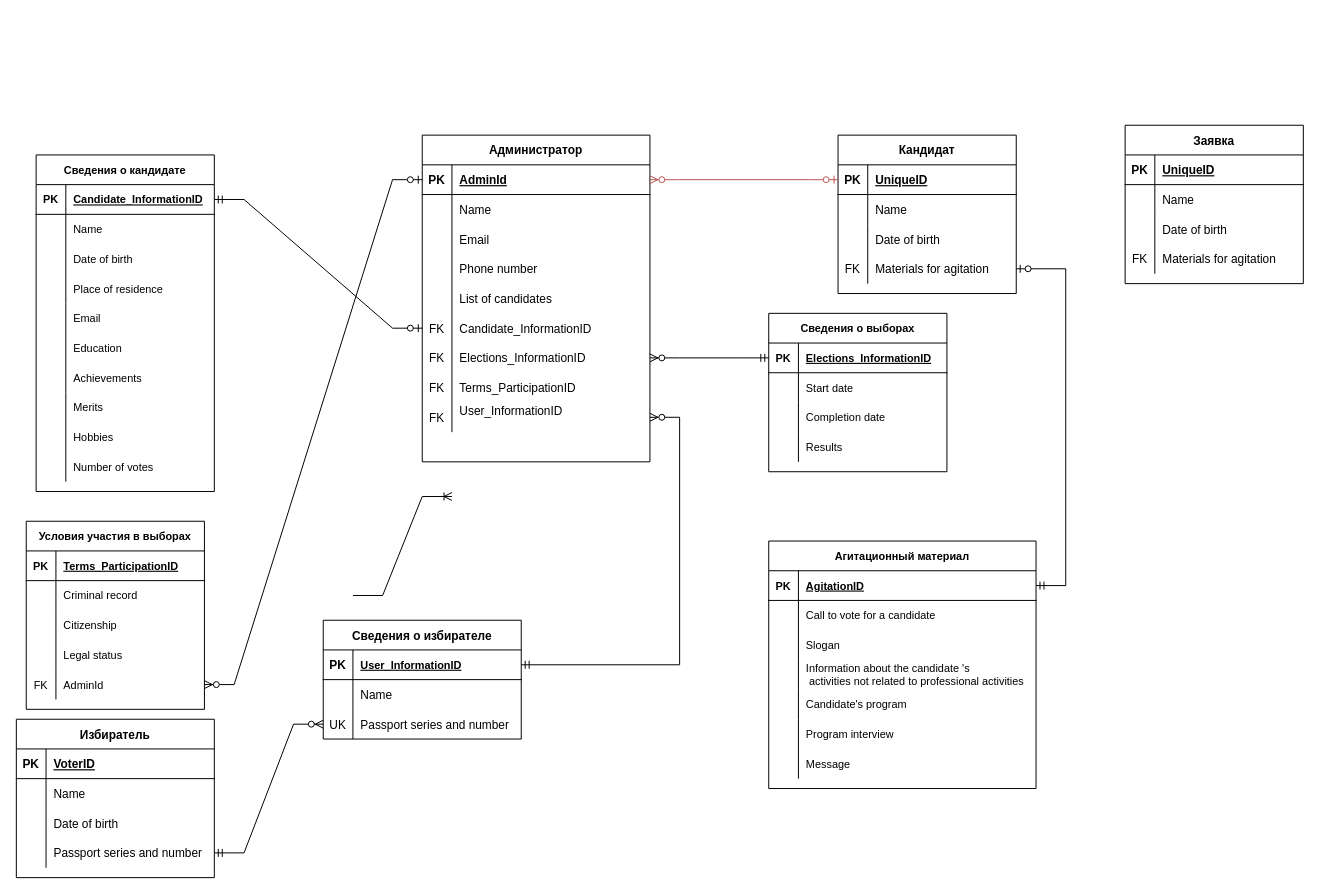
This is ER Diagram.drawio from aleksey899/Inter.MixAN, a draw.io file, before an edit. Source tidied: cells renumbered, new cells numbered last; positions are measured from the earlier drawing's top-left corner, leaving out a move shared by most shapes. Both pictures are drawn from the tidied source at 99%, with x=0, y=0 at pixel (16, 125).
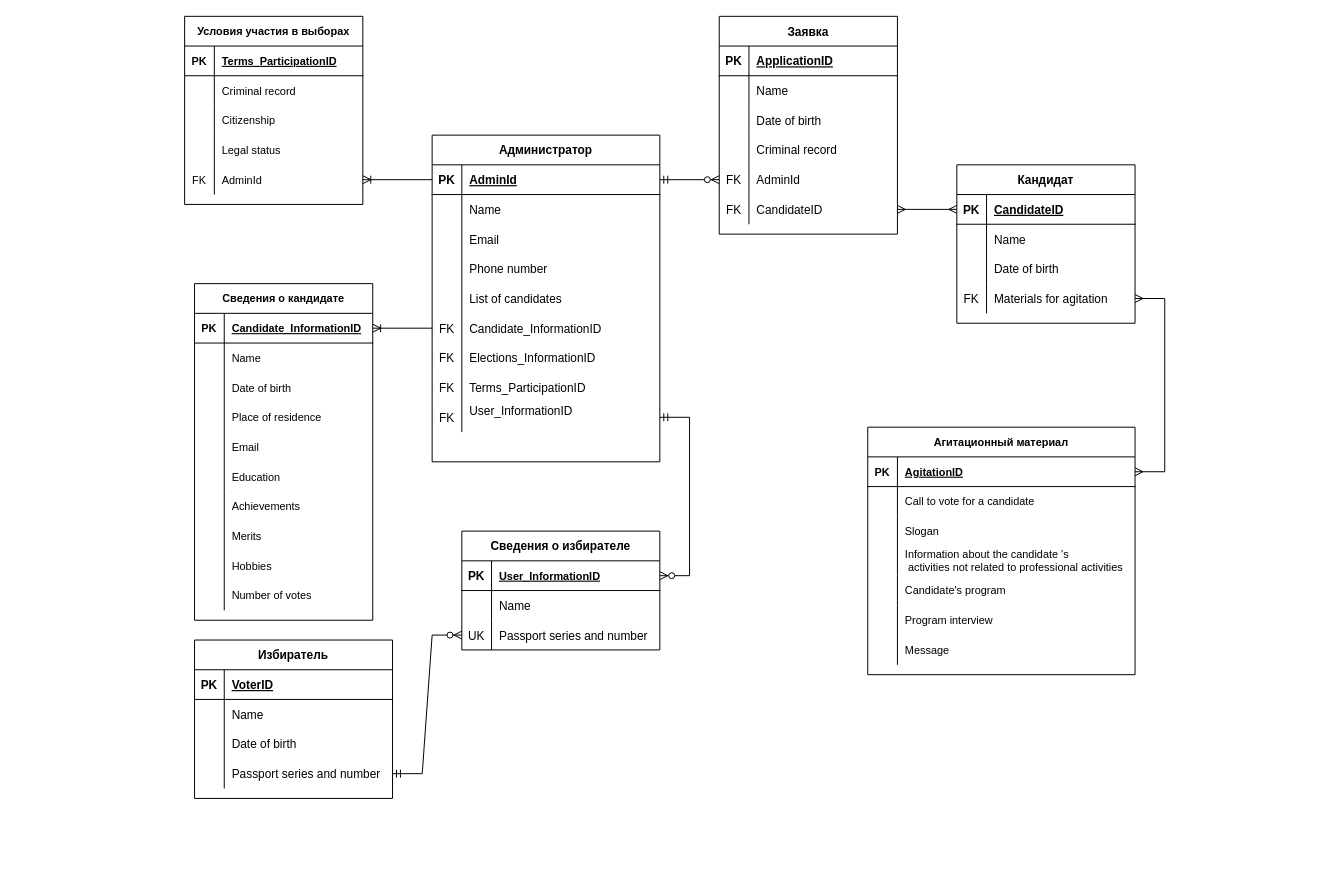
After the change.

Unchanged cells that the change refers to:
```xml
<mxCell id="3" style="shape=partialRectangle;fillColor=none;top=0;left=0;bottom=1;right=0;points=[[0,0.5],[1,0.5]];portConstraint=eastwest;" parent="2" vertex="1">
  <mxGeometry y="30" width="200" height="30" as="geometry" />
</mxCell>
<mxCell id="13" style="shape=partialRectangle;fillColor=none;top=0;left=0;bottom=1;right=0;points=[[0,0.5],[1,0.5]];portConstraint=eastwest;shadow=0;sketch=0;fontSize=11;strokeWidth=1;" parent="12" vertex="1">
  <mxGeometry y="30" width="180" height="30" as="geometry" />
</mxCell>
<mxCell id="56" style="shape=partialRectangle;fillColor=none;top=0;left=0;bottom=0;right=0;points=[[0,0.5],[1,0.5]];portConstraint=eastwest;shadow=0;sketch=0;fontSize=11;strokeWidth=1;" parent="43" vertex="1">
  <mxGeometry y="150" width="180" height="30" as="geometry" />
</mxCell>
<mxCell id="73" style="shape=partialRectangle;fillColor=none;top=0;left=0;bottom=1;right=0;points=[[0,0.5],[1,0.5]];portConstraint=eastwest;shadow=0;sketch=0;fontSize=11;strokeWidth=1;" parent="72" vertex="1">
  <mxGeometry y="30" width="270" height="30" as="geometry" />
</mxCell>
<mxCell id="95" style="shape=partialRectangle;fillColor=none;top=0;left=0;bottom=1;right=0;points=[[0,0.5],[1,0.5]];portConstraint=eastwest;" parent="94" vertex="1">
  <mxGeometry y="30" width="180" height="30" as="geometry" />
</mxCell>
<mxCell id="104" style="shape=partialRectangle;fillColor=none;top=0;left=0;bottom=0;right=0;points=[[0,0.5],[1,0.5]];portConstraint=eastwest;" parent="94" vertex="1">
  <mxGeometry y="120" width="180" height="30" as="geometry" />
</mxCell>
<mxCell id="121" style="shape=partialRectangle;fillColor=none;top=0;left=0;bottom=1;right=0;points=[[0,0.5],[1,0.5]];portConstraint=eastwest;" parent="120" vertex="1">
  <mxGeometry y="30" width="230" height="30" as="geometry" />
</mxCell>
<mxCell id="136" style="shape=partialRectangle;fillColor=none;top=0;left=0;bottom=0;right=0;points=[[0,0.5],[1,0.5]];portConstraint=eastwest;" parent="120" vertex="1">
  <mxGeometry y="180" width="230" height="30" as="geometry" />
</mxCell>
<mxCell id="139" style="shape=partialRectangle;fillColor=none;top=0;left=0;bottom=0;right=0;points=[[0,0.5],[1,0.5]];portConstraint=eastwest;" parent="120" vertex="1">
  <mxGeometry y="210" width="230" height="30" as="geometry" />
</mxCell>
<mxCell id="146" style="shape=partialRectangle;fillColor=none;top=0;left=0;bottom=0;right=0;points=[[0,0.5],[1,0.5]];portConstraint=eastwest;" parent="120" vertex="1">
  <mxGeometry y="270" width="230" height="30" as="geometry" />
</mxCell>
<mxCell id="158" style="shape=partialRectangle;fillColor=none;top=0;left=0;bottom=1;right=0;" parent="157" vertex="1">
  <mxGeometry y="30" width="180" height="30" as="geometry" />
</mxCell>
<mxCell id="167" style="shape=partialRectangle;fillColor=none;top=0;left=0;bottom=0;right=0;" parent="157" vertex="1">
  <mxGeometry y="120" width="180" height="30" as="geometry" />
</mxCell>
```

Diff of the diagram source:
```diff
@@
     <mxCell id="2" value="Сведения о избирателе" style="shape=table;startSize=30;childLayout=tableLayout;rowLines=0;fontStyle=1;align=center;" parent="1" vertex="1">
-      <mxGeometry x="310" y="500" width="200" height="120" as="geometry" />
+      <mxGeometry x="450" y="410" width="200" height="120" as="geometry" />
     </mxCell>
@@
     <mxCell id="12" value="Сведения о кандидате" style="shape=table;startSize=30;childLayout=tableLayout;rowLines=0;fontStyle=1;align=center;shadow=0;sketch=0;fontSize=11;strokeWidth=1;" parent="1" vertex="1">
-      <mxGeometry x="20" y="30" width="180" height="340" as="geometry" />
+      <mxGeometry x="180" y="160" width="180" height="340" as="geometry" />
     </mxCell>
@@
     <mxCell id="43" value="Условия участия в выборах" style="shape=table;startSize=30;childLayout=tableLayout;rowLines=0;fontStyle=1;align=center;shadow=0;sketch=0;fontSize=11;strokeWidth=1;" parent="1" vertex="1">
-      <mxGeometry x="10" y="400" width="180" height="190" as="geometry" />
+      <mxGeometry x="170" y="-110" width="180" height="190" as="geometry" />
     </mxCell>
@@
-    <mxCell id="59" value="Сведения о выборах" style="shape=table;startSize=30;childLayout=tableLayout;rowLines=0;fontStyle=1;align=center;shadow=0;sketch=0;fontSize=11;strokeWidth=1;" parent="1" vertex="1">
-      <mxGeometry x="760" y="190" width="180" height="160" as="geometry" />
-    </mxCell>
-    <mxCell id="60" style="shape=partialRectangle;fillColor=none;top=0;left=0;bottom=1;right=0;points=[[0,0.5],[1,0.5]];portConstraint=eastwest;shadow=0;sketch=0;fontSize=11;strokeWidth=1;" parent="59" vertex="1">
-      <mxGeometry y="30" width="180" height="30" as="geometry" />
-    </mxCell>
-    <mxCell id="61" value="PK" style="shape=partialRectangle;fillColor=none;top=0;left=0;bottom=0;right=0;fontStyle=1;overflow=hidden;shadow=0;sketch=0;fontSize=11;strokeWidth=1;" parent="60" vertex="1">
-      <mxGeometry width="30" height="30" as="geometry" />
-    </mxCell>
-    <mxCell id="62" value="Elections_InformationID" style="shape=partialRectangle;fillColor=none;top=0;left=0;bottom=0;right=0;align=left;spacingLeft=6;fontStyle=5;overflow=hidden;shadow=0;sketch=0;fontSize=11;strokeWidth=1;" parent="60" vertex="1">
-      <mxGeometry x="30" width="150" height="30" as="geometry" />
-    </mxCell>
-    <mxCell id="63" style="shape=partialRectangle;fillColor=none;top=0;left=0;bottom=0;right=0;shadow=0;sketch=0;fontSize=11;strokeWidth=1;" parent="59" vertex="1">
-      <mxGeometry y="60" width="180" height="30" as="geometry" />
-    </mxCell>
-    <mxCell id="64" style="shape=partialRectangle;fillColor=none;top=0;left=0;bottom=0;right=0;overflow=hidden;shadow=0;sketch=0;fontSize=11;strokeWidth=1;" parent="63" vertex="1">
-      <mxGeometry width="30" height="30" as="geometry" />
-    </mxCell>
-    <mxCell id="65" value="Start date" style="shape=partialRectangle;fillColor=none;top=0;left=0;bottom=0;right=0;align=left;spacingLeft=6;overflow=hidden;shadow=0;sketch=0;fontSize=11;strokeWidth=1;" parent="63" vertex="1">
-      <mxGeometry x="30" width="150" height="30" as="geometry" />
-    </mxCell>
-    <mxCell id="66" style="shape=partialRectangle;fillColor=none;top=0;left=0;bottom=0;right=0;shadow=0;sketch=0;fontSize=11;strokeWidth=1;" parent="59" vertex="1">
-      <mxGeometry y="90" width="180" height="30" as="geometry" />
-    </mxCell>
-    <mxCell id="67" style="shape=partialRectangle;fillColor=none;top=0;left=0;bottom=0;right=0;overflow=hidden;shadow=0;sketch=0;fontSize=11;strokeWidth=1;" parent="66" vertex="1">
-      <mxGeometry width="30" height="30" as="geometry" />
-    </mxCell>
-    <mxCell id="68" value="Completion date" style="shape=partialRectangle;fillColor=none;top=0;left=0;bottom=0;right=0;align=left;spacingLeft=6;overflow=hidden;shadow=0;sketch=0;fontSize=11;strokeWidth=1;" parent="66" vertex="1">
-      <mxGeometry x="30" width="150" height="30" as="geometry" />
-    </mxCell>
-    <mxCell id="69" style="shape=partialRectangle;fillColor=none;top=0;left=0;bottom=0;right=0;shadow=0;sketch=0;fontSize=11;strokeWidth=1;" parent="59" vertex="1">
-      <mxGeometry y="120" width="180" height="30" as="geometry" />
-    </mxCell>
-    <mxCell id="70" style="shape=partialRectangle;fillColor=none;top=0;left=0;bottom=0;right=0;overflow=hidden;shadow=0;sketch=0;fontSize=11;strokeWidth=1;" parent="69" vertex="1">
-      <mxGeometry width="30" height="30" as="geometry" />
-    </mxCell>
-    <mxCell id="71" value="Results" style="shape=partialRectangle;fillColor=none;top=0;left=0;bottom=0;right=0;align=left;spacingLeft=6;overflow=hidden;shadow=0;sketch=0;fontSize=11;strokeWidth=1;" parent="69" vertex="1">
-      <mxGeometry x="30" width="150" height="30" as="geometry" />
-    </mxCell>
     <mxCell id="72" value="Агитационный материал" style="shape=table;startSize=30;childLayout=tableLayout;rowLines=0;fontStyle=1;align=center;shadow=0;sketch=0;fontSize=11;strokeWidth=1;" parent="1" vertex="1">
-      <mxGeometry x="760" y="420" width="270" height="250" as="geometry" />
+      <mxGeometry x="860" y="305" width="270" height="250" as="geometry" />
     </mxCell>
@@
     <mxCell id="94" value="Кандидат" style="shape=table;startSize=30;childLayout=tableLayout;rowLines=0;fontStyle=1;align=center;" parent="1" vertex="1">
-      <mxGeometry x="830" y="10" width="180" height="160" as="geometry" />
+      <mxGeometry x="950" y="40" width="180" height="160" as="geometry" />
     </mxCell>
@@
-    <mxCell id="97" value="UniqueID" style="shape=partialRectangle;fillColor=none;top=0;left=0;bottom=0;right=0;align=left;spacingLeft=6;fontStyle=5;overflow=hidden;" parent="95" vertex="1">
+    <mxCell id="97" value="CandidateID" style="shape=partialRectangle;fillColor=none;top=0;left=0;bottom=0;right=0;align=left;spacingLeft=6;fontStyle=5;overflow=hidden;" parent="95" vertex="1">
       <mxGeometry x="30" width="150" height="30" as="geometry" />
     </mxCell>
@@
     <mxCell id="107" value="Избиратель" style="shape=table;startSize=30;childLayout=tableLayout;rowLines=0;fontStyle=1;align=center;" parent="1" vertex="1">
-      <mxGeometry y="600" width="200" height="160" as="geometry" />
+      <mxGeometry x="180" y="520" width="200" height="160" as="geometry" />
     </mxCell>
@@
     <mxCell id="120" value="Администратор" style="shape=table;startSize=30;childLayout=tableLayout;rowLines=0;fontStyle=1;align=center;" parent="1" vertex="1">
-      <mxGeometry x="410" y="10" width="230" height="330" as="geometry" />
+      <mxGeometry x="420" y="10" width="230" height="330" as="geometry" />
     </mxCell>
@@
-    <mxCell id="150" style="edgeStyle=entityRelationEdgeStyle;fontSize=12;html=1;endArrow=ERzeroToOne;startArrow=ERmandOne;rounded=0;" parent="1" edge="1" source="73" target="104">
-      <mxGeometry relative="1" as="geometry" />
-    </mxCell>
-    <mxCell id="151" style="edgeStyle=entityRelationEdgeStyle;fontSize=12;html=1;endArrow=ERzeroToOne;startArrow=ERmandOne;rounded=0;" parent="1" edge="1" source="13" target="136">
-      <mxGeometry relative="1" as="geometry" />
-    </mxCell>
-    <mxCell id="152" style="edgeStyle=entityRelationEdgeStyle;fontSize=12;html=1;endArrow=ERzeroToMany;startArrow=ERzeroToOne;rounded=0;fillColor=#f8cecc;strokeColor=#b85450;" parent="1" edge="1" source="95" target="121">
-      <mxGeometry relative="1" as="geometry" />
-    </mxCell>
-    <mxCell id="153" style="edgeStyle=entityRelationEdgeStyle;fontSize=12;html=1;endArrow=ERzeroToMany;startArrow=ERmandOne;rounded=0;exitX=0;exitY=0.5;exitDx=0;exitDy=0;entryX=1;entryY=0.5;entryDx=0;entryDy=0;" parent="1" edge="1" source="60" target="139">
-      <mxGeometry relative="1" as="geometry" />
-    </mxCell>
-    <mxCell id="154" style="edgeStyle=entityRelationEdgeStyle;fontSize=12;html=1;endArrow=ERzeroToMany;startArrow=ERmandOne;rounded=0;" parent="1" edge="1" source="3" target="146">
-      <mxGeometry relative="1" as="geometry" />
-    </mxCell>
-    <mxCell id="155" style="edgeStyle=entityRelationEdgeStyle;fontSize=12;html=1;endArrow=ERoneToMany;rounded=0;" parent="1" edge="1">
-      <mxGeometry relative="1" as="geometry">
-        <mxPoint x="340" y="475" as="sourcePoint" />
-        <mxPoint x="440" y="375" as="targetPoint" />
-      </mxGeometry>
-    </mxCell>
-    <mxCell id="156" style="edgeStyle=entityRelationEdgeStyle;fontSize=12;html=1;endArrow=ERzeroToMany;startArrow=ERzeroToOne;rounded=0;exitX=0;exitY=0.5;exitDx=0;exitDy=0;entryX=1;entryY=0.5;entryDx=0;entryDy=0;" parent="1" edge="1" source="121" target="56">
-      <mxGeometry relative="1" as="geometry" />
-    </mxCell>
     <mxCell id="157" value="Заявка" style="shape=table;startSize=30;childLayout=tableLayout;rowLines=0;fontStyle=1;align=center;" parent="1" vertex="1">
-      <mxGeometry x="1120" width="180" height="160" as="geometry" />
+      <mxGeometry x="710" y="-110" width="180" height="220" as="geometry" />
     </mxCell>
@@
-    <mxCell id="160" value="UniqueID" style="shape=partialRectangle;fillColor=none;top=0;left=0;bottom=0;right=0;align=left;spacingLeft=6;fontStyle=5;overflow=hidden;" parent="158" vertex="1">
+    <mxCell id="160" value="ApplicationID" style="shape=partialRectangle;fillColor=none;top=0;left=0;bottom=0;right=0;align=left;spacingLeft=6;fontStyle=5;overflow=hidden;" parent="158" vertex="1">
       <mxGeometry x="30" width="150" height="30" as="geometry" />
     </mxCell>
@@
-    <mxCell id="168" value="FK" style="shape=partialRectangle;fillColor=none;top=0;left=0;bottom=0;right=0;overflow=hidden;" parent="167" vertex="1">
-      <mxGeometry width="30" height="30" as="geometry" />
-    </mxCell>
-    <mxCell id="169" value="Materials for agitation" style="shape=partialRectangle;fillColor=none;top=0;left=0;bottom=0;right=0;align=left;spacingLeft=6;overflow=hidden;" parent="167" vertex="1">
-      <mxGeometry x="30" width="150" height="30" as="geometry" />
-    </mxCell>
+    <mxCell id="170" style="shape=partialRectangle;fillColor=none;top=0;left=0;bottom=0;right=0;overflow=hidden;" parent="167" vertex="1">
+      <mxGeometry width="30" height="30" as="geometry" />
+    </mxCell>
+    <mxCell id="171" value="Criminal record" style="shape=partialRectangle;fillColor=none;top=0;left=0;bottom=0;right=0;align=left;spacingLeft=6;overflow=hidden;" parent="167" vertex="1">
+      <mxGeometry x="30" width="150" height="30" as="geometry" />
+    </mxCell>
+    <mxCell id="172" style="shape=partialRectangle;fillColor=none;top=0;left=0;bottom=0;right=0;points=[[0,0.5],[1,0.5]];portConstraint=eastwest;" parent="157" vertex="1">
+      <mxGeometry y="150" width="180" height="30" as="geometry" />
+    </mxCell>
+    <mxCell id="173" value="FK" style="shape=partialRectangle;fillColor=none;top=0;left=0;bottom=0;right=0;overflow=hidden;" parent="172" vertex="1">
+      <mxGeometry width="30" height="30" as="geometry" />
+    </mxCell>
+    <mxCell id="174" value="AdminId" style="shape=partialRectangle;fillColor=none;top=0;left=0;bottom=0;right=0;align=left;spacingLeft=6;overflow=hidden;" parent="172" vertex="1">
+      <mxGeometry x="30" width="150" height="30" as="geometry" />
+    </mxCell>
+    <mxCell id="175" style="shape=partialRectangle;fillColor=none;top=0;left=0;bottom=0;right=0;points=[[0,0.5],[1,0.5]];portConstraint=eastwest;" parent="157" vertex="1">
+      <mxGeometry y="180" width="180" height="30" as="geometry" />
+    </mxCell>
+    <mxCell id="176" value="FK" style="shape=partialRectangle;fillColor=none;top=0;left=0;bottom=0;right=0;overflow=hidden;" parent="175" vertex="1">
+      <mxGeometry width="30" height="30" as="geometry" />
+    </mxCell>
+    <mxCell id="177" value="CandidateID" style="shape=partialRectangle;fillColor=none;top=0;left=0;bottom=0;right=0;align=left;spacingLeft=6;overflow=hidden;" parent="175" vertex="1">
+      <mxGeometry x="30" width="150" height="30" as="geometry" />
+    </mxCell>
+    <mxCell id="178" style="edgeStyle=entityRelationEdgeStyle;fontSize=12;html=1;endArrow=ERmany;startArrow=ERmany;rounded=0;jumpStyle=arc;jumpSize=11;exitX=1;exitY=0.5;exitDx=0;exitDy=0;" parent="1" edge="1" source="104" target="73">
+      <mxGeometry relative="1" as="geometry" />
+    </mxCell>
+    <mxCell id="179" style="edgeStyle=entityRelationEdgeStyle;fontSize=12;html=1;endArrow=ERzeroToMany;startArrow=ERmandOne;rounded=0;jumpStyle=arc;jumpSize=11;entryX=0;entryY=0.5;entryDx=0;entryDy=0;exitX=1;exitY=0.5;exitDx=0;exitDy=0;" parent="1" edge="1" source="121" target="172">
+      <mxGeometry relative="1" as="geometry" />
+    </mxCell>
+    <mxCell id="156" style="edgeStyle=entityRelationEdgeStyle;fontSize=12;html=1;endArrow=ERoneToMany;rounded=0;jumpStyle=arc;jumpSize=11;exitX=0;exitY=0.5;exitDx=0;exitDy=0;" parent="1" edge="1" source="121" target="56">
+      <mxGeometry relative="1" as="geometry" />
+    </mxCell>
+    <mxCell id="180" style="edgeStyle=entityRelationEdgeStyle;fontSize=12;html=1;endArrow=ERoneToMany;rounded=0;jumpStyle=arc;jumpSize=11;exitX=0;exitY=0.5;exitDx=0;exitDy=0;entryX=1;entryY=0.5;entryDx=0;entryDy=0;" parent="1" edge="1" source="136" target="13">
+      <mxGeometry relative="1" as="geometry" />
+    </mxCell>
+    <mxCell id="181" style="edgeStyle=entityRelationEdgeStyle;fontSize=12;html=1;endArrow=ERmany;startArrow=ERmany;rounded=0;jumpStyle=arc;jumpSize=11;entryX=0;entryY=0.5;entryDx=0;entryDy=0;exitX=1;exitY=0.5;exitDx=0;exitDy=0;" parent="1" edge="1" source="175" target="95">
+      <mxGeometry relative="1" as="geometry" />
+    </mxCell>
+    <mxCell id="182" style="edgeStyle=entityRelationEdgeStyle;fontSize=12;html=1;endArrow=ERzeroToMany;startArrow=ERmandOne;rounded=0;jumpStyle=arc;jumpSize=11;entryX=1;entryY=0.5;entryDx=0;entryDy=0;exitX=1;exitY=0.5;exitDx=0;exitDy=0;" parent="1" edge="1" source="146" target="3">
+      <mxGeometry relative="1" as="geometry" />
+    </mxCell>
```
